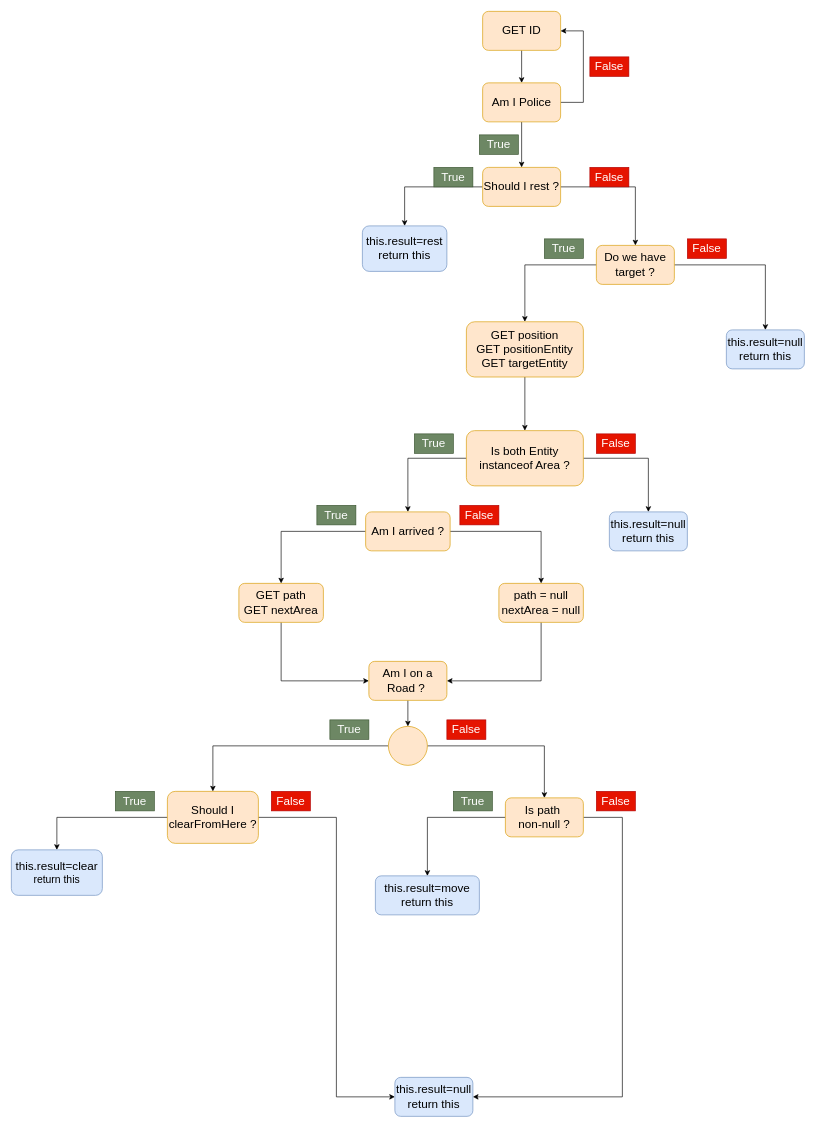
Earlier version of the draw.io diagram page "Overall_Decision_Tree" (1 of 6) of learns/img/Police_Decision_Tree.drawio (FlyingCalours/RoboCupRAS). Source tidied: cells renumbered, new cells numbered last; positions are measured from the earlier drawing's top-left corner, leaving out a move shared by most shapes. Both pictures are drawn from the tidied source at 65%, with x=0, y=0 at pixel (11, 11).
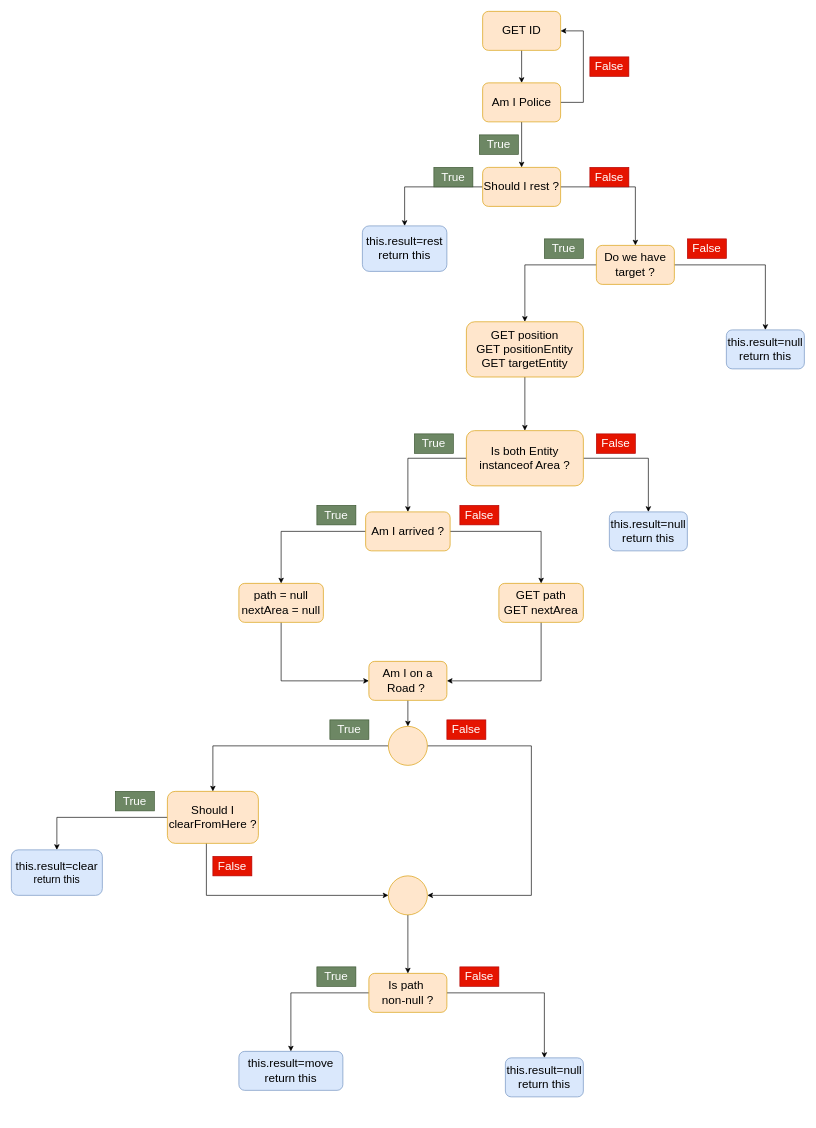
Above is the later version.

The change refers to these unchanged cells:
```xml
<mxCell id="30" value="&lt;font style=&quot;font-size: 18px;&quot;&gt;Am I arrived ?&lt;/font&gt;" style="rounded=1;whiteSpace=wrap;html=1;fillColor=#ffe6cc;strokeColor=#d79b00;" parent="1" vertex="1">
  <mxGeometry x="545" y="770" width="130" height="60" as="geometry" />
</mxCell>
<mxCell id="39" value="&lt;font style=&quot;font-size: 18px;&quot;&gt;Am I on a Road ?&amp;nbsp;&lt;/font&gt;" style="whiteSpace=wrap;html=1;fillColor=#ffe6cc;strokeColor=#d79b00;rounded=1;" parent="1" vertex="1">
  <mxGeometry x="550" y="1000" width="120" height="60" as="geometry" />
</mxCell>
<mxCell id="42" style="ellipse;whiteSpace=wrap;html=1;fillColor=#ffe6cc;strokeColor=#d79b00;rounded=1;" parent="1" vertex="1">
  <mxGeometry x="580" y="1100" width="60" height="60" as="geometry" />
</mxCell>
<mxCell id="45" value="&lt;font style=&quot;font-size: 18px;&quot;&gt;Should I clearFromHere ?&lt;/font&gt;" style="whiteSpace=wrap;html=1;fillColor=#ffe6cc;strokeColor=#d79b00;rounded=1;" parent="1" vertex="1">
  <mxGeometry x="240" y="1200" width="140" height="80" as="geometry" />
</mxCell>
```

Change to the diagram source:
```diff
@@
+    <mxCell id="29" style="edgeStyle=orthogonalEdgeStyle;rounded=0;jettySize=auto;html=1;entryX=0.5;entryY=0;entryDx=0;entryDy=0;" parent="1" edge="1" source="30" target="35">
+      <mxGeometry relative="1" as="geometry" />
+    </mxCell>
-    <mxCell id="28" style="edgeStyle=orthogonalEdgeStyle;rounded=0;jettySize=auto;html=1;" parent="1" edge="1" source="30" target="33">
+    <mxCell id="28" style="edgeStyle=orthogonalEdgeStyle;rounded=0;jettySize=auto;html=1;entryX=0.5;entryY=0;entryDx=0;entryDy=0;" parent="1" edge="1" source="30" target="33">
       <mxGeometry relative="1" as="geometry" />
     </mxCell>
-    <mxCell id="29" style="edgeStyle=orthogonalEdgeStyle;rounded=0;jettySize=auto;html=1;" parent="1" edge="1" source="30" target="35">
-      <mxGeometry relative="1" as="geometry" />
-    </mxCell>
@@
-    <mxCell id="32" style="edgeStyle=orthogonalEdgeStyle;rounded=0;jettySize=auto;html=1;" parent="1" edge="1" source="33" target="39">
+    <mxCell id="32" style="edgeStyle=orthogonalEdgeStyle;rounded=0;jettySize=auto;html=1;" parent="1" edge="1" target="39">
       <mxGeometry relative="1" as="geometry">
+        <mxPoint x="415" y="940" as="sourcePoint" />
         <Array as="points">
           <mxPoint x="415" y="1030" />
         </Array>
       </mxGeometry>
     </mxCell>
-    <mxCell id="33" value="&lt;font style=&quot;font-size: 18px;&quot;&gt;GET path&lt;/font&gt;&lt;div&gt;&lt;font style=&quot;font-size: 18px;&quot;&gt;GET nextArea&lt;/font&gt;&lt;/div&gt;" style="rounded=1;whiteSpace=wrap;html=1;fillColor=#ffe6cc;strokeColor=#d79b00;" parent="1" vertex="1">
-      <mxGeometry x="350" y="880" width="130" height="60" as="geometry" />
-    </mxCell>
-    <mxCell id="34" style="edgeStyle=orthogonalEdgeStyle;rounded=0;jettySize=auto;html=1;entryX=1;entryY=0.5;entryDx=0;entryDy=0;" parent="1" edge="1" source="35" target="39">
+    <mxCell id="34" style="edgeStyle=orthogonalEdgeStyle;rounded=0;jettySize=auto;html=1;entryX=1;entryY=0.5;entryDx=0;entryDy=0;" parent="1" edge="1" target="39">
       <mxGeometry relative="1" as="geometry">
+        <mxPoint x="815" y="940" as="sourcePoint" />
         <Array as="points">
           <mxPoint x="815" y="1030" />
         </Array>
       </mxGeometry>
     </mxCell>
-    <mxCell id="35" value="&lt;font style=&quot;font-size: 18px;&quot;&gt;path = null&lt;/font&gt;&lt;div&gt;&lt;font style=&quot;font-size: 18px;&quot;&gt;nextArea = null&lt;/font&gt;&lt;/div&gt;" style="rounded=1;whiteSpace=wrap;html=1;fillColor=#ffe6cc;strokeColor=#d79b00;" parent="1" vertex="1">
-      <mxGeometry x="750" y="880" width="130" height="60" as="geometry" />
-    </mxCell>
@@
-    <mxCell id="41" style="edgeStyle=orthogonalEdgeStyle;rounded=0;jettySize=auto;html=1;" parent="1" edge="1" source="42" target="48">
-      <mxGeometry relative="1" as="geometry" />
-    </mxCell>
+    <mxCell id="58" style="edgeStyle=orthogonalEdgeStyle;rounded=0;jettySize=auto;html=1;entryX=1;entryY=0.5;entryDx=0;entryDy=0;" parent="1" edge="1" source="42" target="61">
+      <mxGeometry relative="1" as="geometry">
+        <Array as="points">
+          <mxPoint x="800" y="1130" />
+          <mxPoint x="800" y="1360" />
+        </Array>
+      </mxGeometry>
+    </mxCell>
@@
-    <mxCell id="44" style="edgeStyle=orthogonalEdgeStyle;rounded=0;jettySize=auto;html=1;entryX=0;entryY=0.5;entryDx=0;entryDy=0;" parent="1" edge="1" source="45" target="53">
-      <mxGeometry relative="1" as="geometry">
-        <Array as="points">
-          <mxPoint x="500" y="1240" />
-          <mxPoint x="500" y="1670" />
-        </Array>
-      </mxGeometry>
-    </mxCell>
+    <mxCell id="59" style="edgeStyle=orthogonalEdgeStyle;rounded=0;jettySize=auto;html=1;entryX=0;entryY=0.5;entryDx=0;entryDy=0;" parent="1" edge="1" source="45" target="61">
+      <mxGeometry relative="1" as="geometry">
+        <Array as="points">
+          <mxPoint x="300" y="1360" />
+        </Array>
+      </mxGeometry>
+    </mxCell>
@@
-    <mxCell id="47" style="edgeStyle=orthogonalEdgeStyle;rounded=0;jettySize=auto;html=1;entryX=1;entryY=0.5;entryDx=0;entryDy=0;" parent="1" edge="1" source="48" target="53">
+    <mxCell id="47" style="edgeStyle=orthogonalEdgeStyle;rounded=0;jettySize=auto;html=1;entryX=0.5;entryY=0;entryDx=0;entryDy=0;" parent="1" edge="1" source="48" target="53">
       <mxGeometry relative="1" as="geometry">
         <Array as="points">
-          <mxPoint x="940" y="1240" />
-          <mxPoint x="940" y="1670" />
+          <mxPoint x="820" y="1510" />
         </Array>
       </mxGeometry>
     </mxCell>
     <mxCell id="48" value="&lt;font style=&quot;font-size: 18px;&quot;&gt;Is path&amp;nbsp;&lt;/font&gt;&lt;div&gt;&lt;font style=&quot;font-size: 18px;&quot;&gt;non-null ?&lt;/font&gt;&lt;/div&gt;" style="whiteSpace=wrap;html=1;fillColor=#ffe6cc;strokeColor=#d79b00;rounded=1;" parent="1" vertex="1">
-      <mxGeometry x="760" y="1210" width="120" height="60" as="geometry" />
+      <mxGeometry x="550" y="1480" width="120" height="60" as="geometry" />
     </mxCell>
@@
     <mxCell id="51" value="&lt;span style=&quot;font-size: 18px;&quot;&gt;this.result=move&lt;/span&gt;&lt;div&gt;&lt;span style=&quot;font-size: 18px;&quot;&gt;return this&lt;/span&gt;&lt;/div&gt;" style="whiteSpace=wrap;html=1;fillColor=#dae8fc;strokeColor=#6c8ebf;rounded=1;" parent="1" vertex="1">
-      <mxGeometry x="560" y="1330" width="160" height="60" as="geometry" />
+      <mxGeometry x="350" y="1600" width="160" height="60" as="geometry" />
     </mxCell>
     <mxCell id="52" value="&lt;font style=&quot;font-size: 18px;&quot;&gt;True&lt;/font&gt;" style="text;html=1;whiteSpace=wrap;strokeColor=#3A5431;fillColor=#6d8764;align=center;verticalAlign=middle;rounded=0;fontColor=#ffffff;" parent="1" vertex="1">
-      <mxGeometry x="680" y="1200" width="60" height="30" as="geometry" />
+      <mxGeometry x="470" y="1470" width="60" height="30" as="geometry" />
     </mxCell>
     <mxCell id="53" value="&lt;div&gt;&lt;font style=&quot;font-size: 18px;&quot;&gt;this.result=null&lt;/font&gt;&lt;/div&gt;&lt;font style=&quot;font-size: 18px;&quot;&gt;return this&lt;/font&gt;" style="whiteSpace=wrap;html=1;fillColor=#dae8fc;strokeColor=#6c8ebf;rounded=1;" parent="1" vertex="1">
-      <mxGeometry x="590" y="1640" width="120" height="60" as="geometry" />
+      <mxGeometry x="760" y="1610" width="120" height="60" as="geometry" />
     </mxCell>
     <mxCell id="54" value="&lt;font style=&quot;font-size: 18px;&quot;&gt;False&lt;/font&gt;" style="text;html=1;whiteSpace=wrap;strokeColor=#B20000;fillColor=#e51400;align=center;verticalAlign=middle;rounded=0;fontColor=#ffffff;" parent="1" vertex="1">
-      <mxGeometry x="900" y="1200" width="60" height="30" as="geometry" />
+      <mxGeometry x="690" y="1470" width="60" height="30" as="geometry" />
     </mxCell>
@@
     <mxCell id="57" value="&lt;font style=&quot;font-size: 18px;&quot;&gt;False&lt;/font&gt;" style="text;html=1;whiteSpace=wrap;strokeColor=#B20000;fillColor=#e51400;align=center;verticalAlign=middle;rounded=0;fontColor=#ffffff;" parent="1" vertex="1">
-      <mxGeometry x="400" y="1200" width="60" height="30" as="geometry" />
+      <mxGeometry x="310" y="1300" width="60" height="30" as="geometry" />
     </mxCell>
+    <mxCell id="33" value="&lt;font style=&quot;font-size: 18px;&quot;&gt;GET path&lt;/font&gt;&lt;div&gt;&lt;font style=&quot;font-size: 18px;&quot;&gt;GET nextArea&lt;/font&gt;&lt;/div&gt;" style="rounded=1;whiteSpace=wrap;html=1;fillColor=#ffe6cc;strokeColor=#d79b00;" parent="1" vertex="1">
+      <mxGeometry x="750" y="880" width="130" height="60" as="geometry" />
+    </mxCell>
+    <mxCell id="35" value="&lt;font style=&quot;font-size: 18px;&quot;&gt;path = null&lt;/font&gt;&lt;div&gt;&lt;font style=&quot;font-size: 18px;&quot;&gt;nextArea = null&lt;/font&gt;&lt;/div&gt;" style="rounded=1;whiteSpace=wrap;html=1;fillColor=#ffe6cc;strokeColor=#d79b00;" parent="1" vertex="1">
+      <mxGeometry x="350" y="880" width="130" height="60" as="geometry" />
+    </mxCell>
+    <mxCell id="60" style="edgeStyle=orthogonalEdgeStyle;rounded=0;jettySize=auto;html=1;entryX=0.5;entryY=0;entryDx=0;entryDy=0;" parent="1" edge="1" source="61" target="48">
+      <mxGeometry relative="1" as="geometry" />
+    </mxCell>
+    <mxCell id="61" style="ellipse;whiteSpace=wrap;html=1;fillColor=#ffe6cc;strokeColor=#d79b00;rounded=1;" parent="1" vertex="1">
+      <mxGeometry x="580" y="1330" width="60" height="60" as="geometry" />
+    </mxCell>
```
